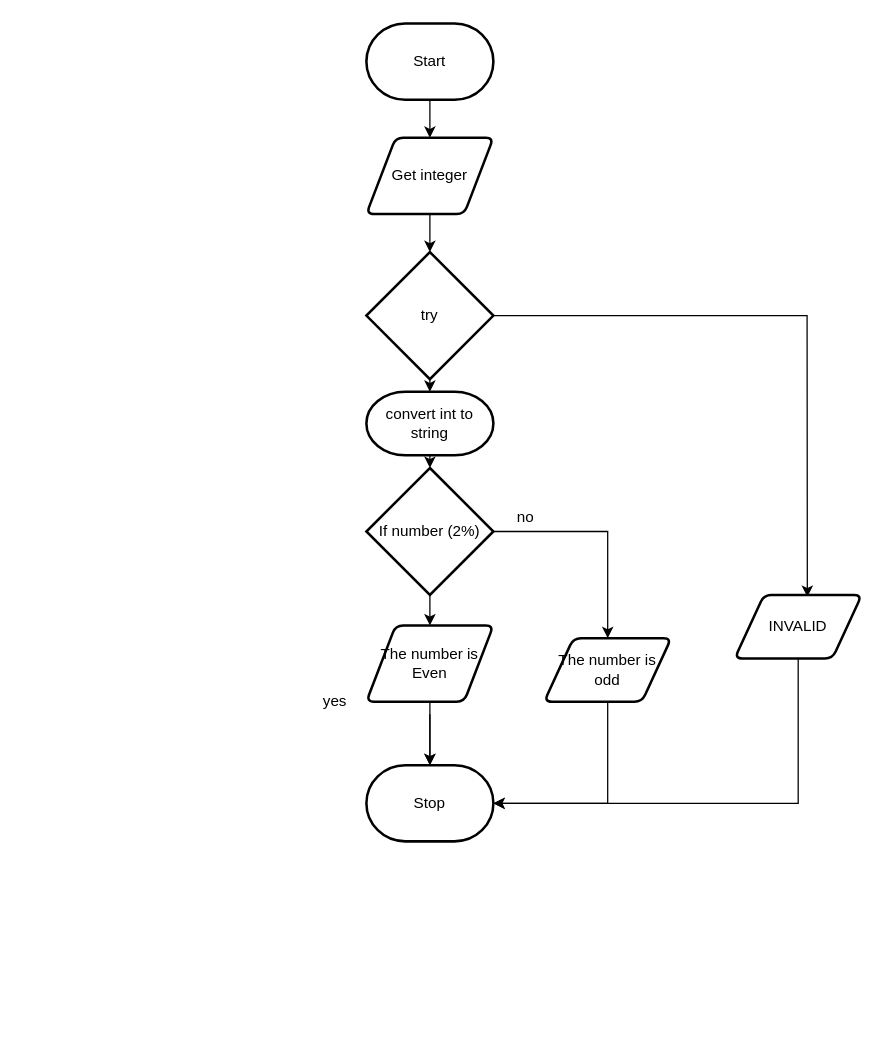
Above: Draw.io/Flowchart.drawio in Peter-Gemmell/ICS3U-Assignment-4-Python (draw.io), before the change. Source tidied: cells renumbered, new cells numbered last; positions are measured from the earlier drawing's top-left corner, leaving out a move shared by most shapes. Both pictures are drawn from the tidied source at 127%, with x=0, y=0 at pixel (315, 23).
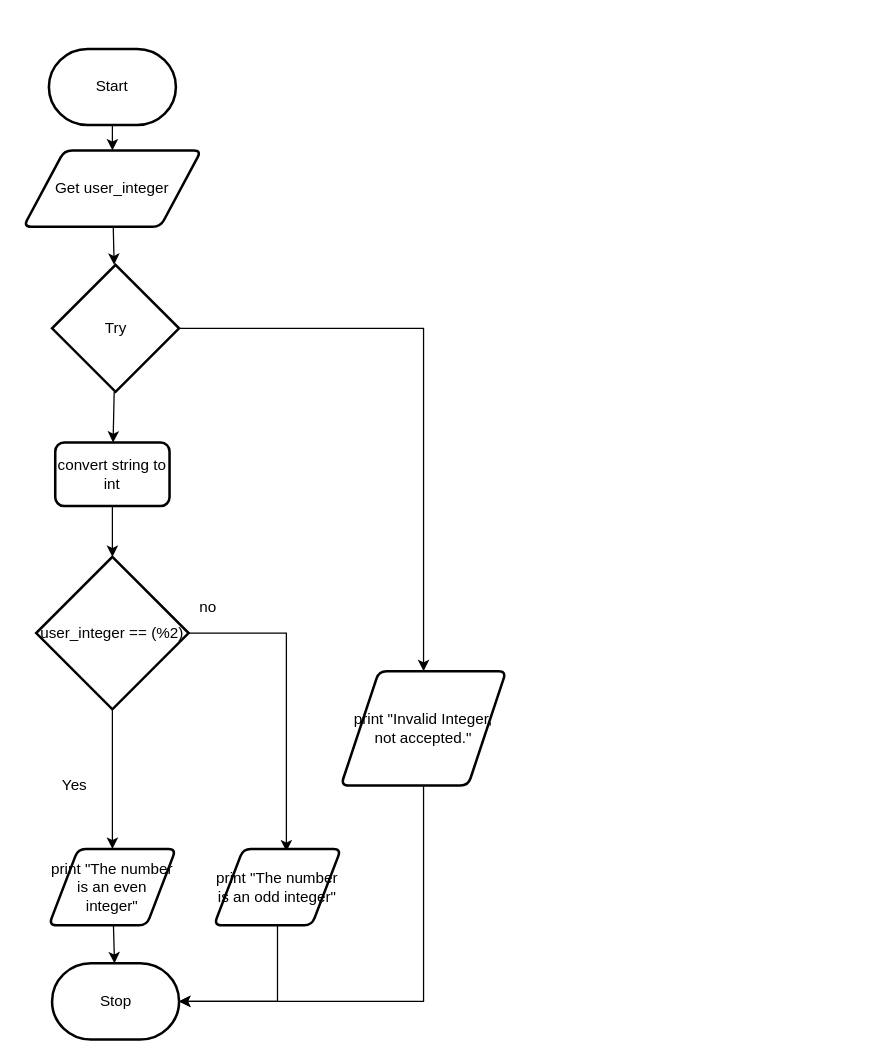
After the change.

Diff of the diagram source:
```diff
@@
-    <mxCell id="2" style="edgeStyle=none;html=1;" parent="1" edge="1" source="3" target="5">
-      <mxGeometry relative="1" as="geometry" />
-    </mxCell>
+    <mxCell id="6" style="edgeStyle=none;html=1;entryX=0.5;entryY=0;entryDx=0;entryDy=0;" parent="1" edge="1" source="3" target="13">
+      <mxGeometry relative="1" as="geometry" />
+    </mxCell>
     <mxCell id="3" value="Start" style="strokeWidth=2;html=1;shape=mxgraph.flowchart.terminator;whiteSpace=wrap;" parent="1" vertex="1">
-      <mxGeometry x="40" width="100" height="60" as="geometry" />
+      <mxGeometry x="-210" y="20" width="100" height="60" as="geometry" />
     </mxCell>
-    <mxCell id="4" style="edgeStyle=none;html=1;entryX=0.5;entryY=0;entryDx=0;entryDy=0;entryPerimeter=0;" parent="1" edge="1" source="5" target="10">
-      <mxGeometry relative="1" as="geometry" />
-    </mxCell>
-    <mxCell id="5" value="Get integer" style="shape=parallelogram;html=1;strokeWidth=2;perimeter=parallelogramPerimeter;whiteSpace=wrap;rounded=1;arcSize=12;size=0.23;" parent="1" vertex="1">
-      <mxGeometry x="40" y="90" width="100" height="60" as="geometry" />
-    </mxCell>
-    <mxCell id="6" style="edgeStyle=none;html=1;" parent="1" edge="1" target="7">
-      <mxGeometry relative="1" as="geometry">
-        <mxPoint x="90" y="544" as="sourcePoint" />
-      </mxGeometry>
-    </mxCell>
-    <mxCell id="7" value="Stop" style="strokeWidth=2;html=1;shape=mxgraph.flowchart.terminator;whiteSpace=wrap;" parent="1" vertex="1">
-      <mxGeometry x="40" y="584" width="100" height="60" as="geometry" />
-    </mxCell>
-    <mxCell id="8" style="edgeStyle=none;rounded=0;html=1;exitX=0.5;exitY=1;exitDx=0;exitDy=0;exitPerimeter=0;entryX=0.5;entryY=0;entryDx=0;entryDy=0;entryPerimeter=0;" parent="1" edge="1" source="10" target="21">
-      <mxGeometry relative="1" as="geometry" />
-    </mxCell>
-    <mxCell id="9" style="edgeStyle=none;rounded=0;html=1;exitX=1;exitY=0.5;exitDx=0;exitDy=0;exitPerimeter=0;entryX=0.572;entryY=0.031;entryDx=0;entryDy=0;entryPerimeter=0;" parent="1" edge="1" source="10" target="23">
-      <mxGeometry relative="1" as="geometry">
-        <Array as="points">
-          <mxPoint x="387" y="230" />
-        </Array>
-      </mxGeometry>
-    </mxCell>
-    <mxCell id="10" value="try" style="strokeWidth=2;html=1;shape=mxgraph.flowchart.decision;whiteSpace=wrap;" parent="1" vertex="1">
-      <mxGeometry x="40" y="180" width="100" height="100" as="geometry" />
+    <mxCell id="10" style="edgeStyle=none;rounded=0;html=1;" parent="1" edge="1" source="13" target="16">
+      <mxGeometry relative="1" as="geometry" />
     </mxCell>
-    <mxCell id="11" style="edgeStyle=none;html=1;entryX=0.5;entryY=0;entryDx=0;entryDy=0;exitX=1;exitY=0.5;exitDx=0;exitDy=0;exitPerimeter=0;rounded=0;" parent="1" edge="1" source="13" target="19">
-      <mxGeometry relative="1" as="geometry">
-        <Array as="points">
-          <mxPoint x="230" y="400" />
-        </Array>
-      </mxGeometry>
-    </mxCell>
-    <mxCell id="12" style="edgeStyle=none;rounded=0;html=1;exitX=0.5;exitY=1;exitDx=0;exitDy=0;exitPerimeter=0;entryX=0.5;entryY=0;entryDx=0;entryDy=0;" parent="1" edge="1" source="13" target="17">
-      <mxGeometry relative="1" as="geometry" />
-    </mxCell>
-    <mxCell id="13" value="If number (2%)" style="strokeWidth=2;html=1;shape=mxgraph.flowchart.decision;whiteSpace=wrap;" parent="1" vertex="1">
-      <mxGeometry x="40" y="350" width="100" height="100" as="geometry" />
+    <mxCell id="13" value="Get user_integer" style="shape=parallelogram;html=1;strokeWidth=2;perimeter=parallelogramPerimeter;whiteSpace=wrap;rounded=1;arcSize=12;size=0.23;" parent="1" vertex="1">
+      <mxGeometry x="-230" y="100" width="140" height="60" as="geometry" />
     </mxCell>
+    <mxCell id="24" style="edgeStyle=none;html=1;" parent="1" edge="1" source="14" target="15">
+      <mxGeometry relative="1" as="geometry" />
+    </mxCell>
-    <mxCell id="14" value="yes" style="text;html=1;align=center;verticalAlign=middle;points=[];strokeColor=none;fillColor=none;" parent="1" vertex="1">
-      <mxGeometry y="524" width="30" height="20" as="geometry" />
+    <mxCell id="14" value="print &quot;The number is an even integer&quot;" style="shape=parallelogram;html=1;strokeWidth=2;perimeter=parallelogramPerimeter;whiteSpace=wrap;rounded=1;arcSize=12;size=0.23;" parent="1" vertex="1">
+      <mxGeometry x="-210" y="650" width="100" height="60" as="geometry" />
     </mxCell>
-    <mxCell id="15" value="no" style="text;html=1;align=center;verticalAlign=middle;points=[];strokeColor=none;fillColor=none;" parent="1" vertex="1">
-      <mxGeometry x="150" y="379" width="30" height="20" as="geometry" />
+    <mxCell id="15" value="Stop" style="strokeWidth=2;html=1;shape=mxgraph.flowchart.terminator;whiteSpace=wrap;" parent="1" vertex="1">
+      <mxGeometry x="-207.5" y="740" width="100" height="60" as="geometry" />
     </mxCell>
+    <mxCell id="17" style="edgeStyle=none;rounded=0;html=1;" parent="1" edge="1" source="26" target="14">
+      <mxGeometry relative="1" as="geometry" />
+    </mxCell>
+    <mxCell id="25" style="edgeStyle=none;html=1;entryX=0.57;entryY=0.033;entryDx=0;entryDy=0;entryPerimeter=0;exitX=1;exitY=0.5;exitDx=0;exitDy=0;exitPerimeter=0;rounded=0;" parent="1" edge="1" source="26" target="30">
+      <mxGeometry relative="1" as="geometry">
+        <Array as="points">
+          <mxPoint x="-23" y="480" />
+        </Array>
+      </mxGeometry>
+    </mxCell>
+    <mxCell id="26" value="user_integer == (%2)" style="strokeWidth=2;html=1;shape=mxgraph.flowchart.decision;whiteSpace=wrap;" parent="1" vertex="1">
+      <mxGeometry x="-220" y="420" width="120" height="120" as="geometry" />
+    </mxCell>
+    <mxCell id="19" style="edgeStyle=none;rounded=0;html=1;entryX=1;entryY=0.5;entryDx=0;entryDy=0;entryPerimeter=0;" parent="1" edge="1" source="11" target="15">
+      <mxGeometry relative="1" as="geometry">
+        <Array as="points">
+          <mxPoint x="85" y="770" />
+        </Array>
+      </mxGeometry>
+    </mxCell>
+    <mxCell id="11" value="print &quot;Invalid Integer, not accepted.&quot;" style="shape=parallelogram;html=1;strokeWidth=2;perimeter=parallelogramPerimeter;whiteSpace=wrap;rounded=1;arcSize=12;size=0.23;" parent="1" vertex="1">
+      <mxGeometry x="20" y="510" width="130" height="90" as="geometry" />
+    </mxCell>
+    <mxCell id="18" style="edgeStyle=none;html=1;entryX=0.5;entryY=0;entryDx=0;entryDy=0;rounded=0;" parent="1" edge="1" source="16" target="11">
+      <mxGeometry relative="1" as="geometry">
+        <Array as="points">
+          <mxPoint x="85" y="240" />
+        </Array>
+      </mxGeometry>
+    </mxCell>
+    <mxCell id="27" style="edgeStyle=none;rounded=0;html=1;" parent="1" edge="1" source="16" target="8">
+      <mxGeometry relative="1" as="geometry" />
+    </mxCell>
-    <mxCell id="16" style="edgeStyle=none;rounded=0;html=1;exitX=0.5;exitY=1;exitDx=0;exitDy=0;entryX=0.5;entryY=0;entryDx=0;entryDy=0;entryPerimeter=0;" parent="1" edge="1" source="17" target="7">
-      <mxGeometry relative="1" as="geometry" />
+    <mxCell id="16" value="Try" style="strokeWidth=2;html=1;shape=mxgraph.flowchart.decision;whiteSpace=wrap;" parent="1" vertex="1">
+      <mxGeometry x="-207.5" y="190" width="100" height="100" as="geometry" />
     </mxCell>
-    <mxCell id="17" value="The number is Even" style="shape=parallelogram;html=1;strokeWidth=2;perimeter=parallelogramPerimeter;whiteSpace=wrap;rounded=1;arcSize=12;size=0.23;" parent="1" vertex="1">
-      <mxGeometry x="40" y="474" width="100" height="60" as="geometry" />
-    </mxCell>
-    <mxCell id="18" style="edgeStyle=none;html=1;exitX=0.5;exitY=1;exitDx=0;exitDy=0;entryX=1;entryY=0.5;entryDx=0;entryDy=0;entryPerimeter=0;rounded=0;" parent="1" edge="1" source="19" target="7">
-      <mxGeometry relative="1" as="geometry">
-        <Array as="points">
-          <mxPoint x="230" y="614" />
-        </Array>
-      </mxGeometry>
-    </mxCell>
-    <mxCell id="19" value="The number is odd" style="shape=parallelogram;html=1;strokeWidth=2;perimeter=parallelogramPerimeter;whiteSpace=wrap;rounded=1;arcSize=12;size=0.23;" parent="1" vertex="1">
-      <mxGeometry x="180" y="484" width="100" height="50" as="geometry" />
-    </mxCell>
+    <mxCell id="28" value="Yes&lt;br&gt;" style="text;html=1;align=center;verticalAlign=middle;strokeColor=none;fillColor=none;" parent="1" vertex="1">
+      <mxGeometry x="-210" y="590" width="40" height="20" as="geometry" />
+    </mxCell>
+    <mxCell id="21" style="edgeStyle=none;rounded=0;html=1;" parent="1" edge="1" source="8" target="26">
+      <mxGeometry relative="1" as="geometry" />
+    </mxCell>
+    <mxCell id="8" value="&lt;span&gt;convert string to int&lt;/span&gt;" style="rounded=1;whiteSpace=wrap;html=1;absoluteArcSize=1;arcSize=14;strokeWidth=2;" parent="1" vertex="1">
+      <mxGeometry x="-205" y="330" width="90" height="50" as="geometry" />
+    </mxCell>
-    <mxCell id="20" style="edgeStyle=none;rounded=0;html=1;exitX=0.5;exitY=1;exitDx=0;exitDy=0;exitPerimeter=0;entryX=0.5;entryY=0;entryDx=0;entryDy=0;entryPerimeter=0;" parent="1" edge="1" source="21" target="13">
-      <mxGeometry relative="1" as="geometry" />
+    <mxCell id="20" value="no" style="text;html=1;align=center;verticalAlign=middle;strokeColor=none;fillColor=none;" parent="1" vertex="1">
+      <mxGeometry x="-100" y="450" width="30" height="20" as="geometry" />
     </mxCell>
-    <mxCell id="21" value="convert int to string" style="strokeWidth=2;html=1;shape=mxgraph.flowchart.terminator;whiteSpace=wrap;" parent="1" vertex="1">
-      <mxGeometry x="40" y="290" width="100" height="50" as="geometry" />
-    </mxCell>
-    <mxCell id="22" style="edgeStyle=none;rounded=0;html=1;entryX=1;entryY=0.5;entryDx=0;entryDy=0;entryPerimeter=0;" parent="1" edge="1" source="23" target="7">
-      <mxGeometry relative="1" as="geometry">
-        <Array as="points">
-          <mxPoint x="380" y="614" />
-        </Array>
-      </mxGeometry>
-    </mxCell>
-    <mxCell id="23" value="INVALID" style="shape=parallelogram;html=1;strokeWidth=2;perimeter=parallelogramPerimeter;whiteSpace=wrap;rounded=1;arcSize=12;size=0.23;" parent="1" vertex="1">
-      <mxGeometry x="330" y="450" width="100" height="50" as="geometry" />
-    </mxCell>
+    <mxCell id="29" style="edgeStyle=none;rounded=0;html=1;entryX=1;entryY=0.5;entryDx=0;entryDy=0;entryPerimeter=0;" parent="1" edge="1" source="30" target="15">
+      <mxGeometry relative="1" as="geometry">
+        <Array as="points">
+          <mxPoint x="-30" y="770" />
+        </Array>
+      </mxGeometry>
+    </mxCell>
+    <mxCell id="30" value="print &quot;The number is an odd integer&quot;" style="shape=parallelogram;html=1;strokeWidth=2;perimeter=parallelogramPerimeter;whiteSpace=wrap;rounded=1;arcSize=12;size=0.23;" parent="1" vertex="1">
+      <mxGeometry x="-80" y="650" width="100" height="60" as="geometry" />
+    </mxCell>
```
